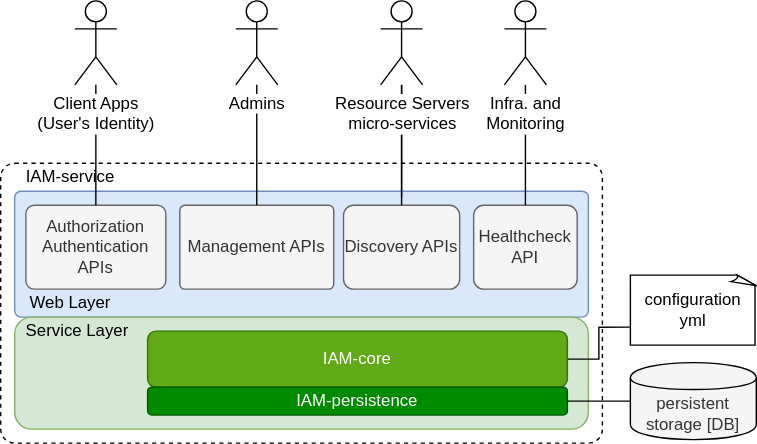
jveverka/iam-service keeps this draw.io diagram as docs/IAM-service-architecture.svg. Above is the earlier version. Source tidied: cells renumbered, new cells last; positions are measured from the earlier drawing's top-left corner, leaving out a move shared by most shapes.
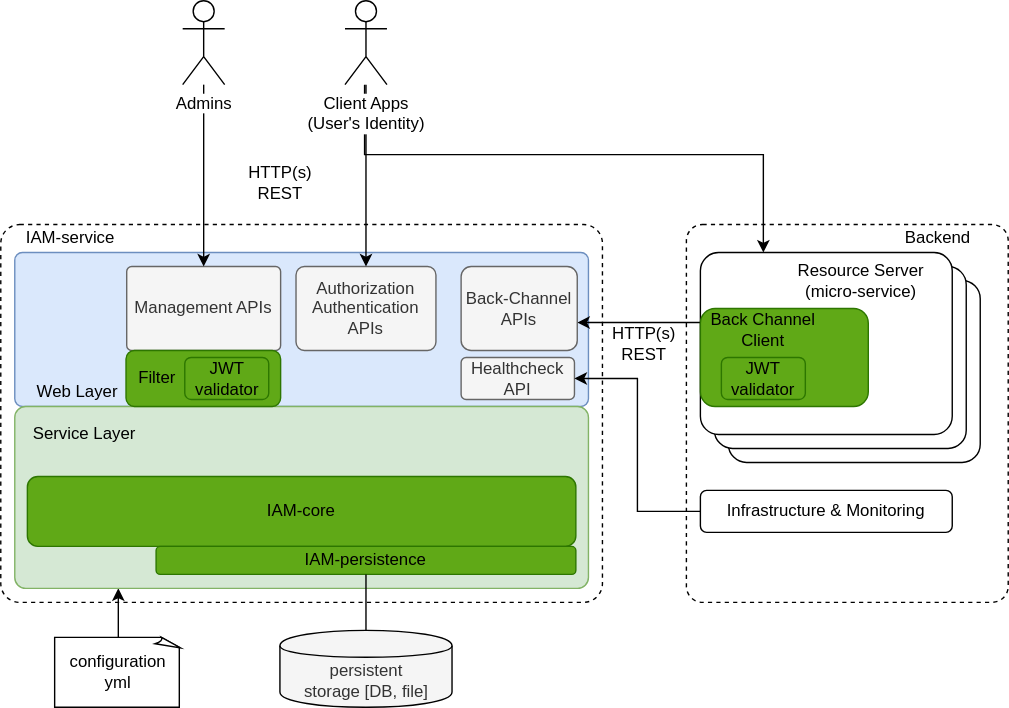
Later version of the same file.

Change to the diagram source:
```diff
@@ -2,82 +2,134 @@
   <root>
     <mxCell id="0" />
     <mxCell id="1" parent="0" />
+    <mxCell id="27" style="rounded=1;whiteSpace=wrap;html=1;dashed=1;arcSize=5;" parent="1" vertex="1">
+      <mxGeometry x="370" y="126" width="230" height="270" as="geometry" />
+    </mxCell>
+    <mxCell id="28" style="rounded=1;whiteSpace=wrap;html=1;arcSize=10;" parent="1" vertex="1">
+      <mxGeometry x="400" y="166" width="180" height="130" as="geometry" />
+    </mxCell>
+    <mxCell id="29" style="rounded=1;whiteSpace=wrap;html=1;arcSize=10;" parent="1" vertex="1">
+      <mxGeometry x="390" y="156" width="180" height="130" as="geometry" />
+    </mxCell>
     <mxCell id="2" style="rounded=1;whiteSpace=wrap;html=1;dashed=1;arcSize=5;" parent="1" vertex="1">
-      <mxGeometry y="116" width="430" height="200" as="geometry" />
+      <mxGeometry x="-120" y="126" width="430" height="270" as="geometry" />
     </mxCell>
     <mxCell id="3" style="rounded=1;whiteSpace=wrap;html=1;arcSize=5;fillColor=#dae8fc;strokeColor=#6c8ebf;" parent="1" vertex="1">
-      <mxGeometry x="10" y="136" width="410" height="90" as="geometry" />
+      <mxGeometry x="-110" y="146" width="410" height="110" as="geometry" />
     </mxCell>
     <mxCell id="4" value="Authorization&lt;br&gt;Authentication&lt;br&gt;APIs" style="rounded=1;whiteSpace=wrap;html=1;align=center;arcSize=10;fillColor=#f5f5f5;strokeColor=#666666;fontColor=#333333;" parent="1" vertex="1">
-      <mxGeometry x="18" y="146" width="100" height="60" as="geometry" />
+      <mxGeometry x="91" y="156" width="100" height="60" as="geometry" />
     </mxCell>
     <mxCell id="5" value="Management APIs" style="rounded=1;whiteSpace=wrap;html=1;align=center;arcSize=6;fillColor=#f5f5f5;strokeColor=#666666;fontColor=#333333;" parent="1" vertex="1">
-      <mxGeometry x="128" y="146" width="110" height="60" as="geometry" />
+      <mxGeometry x="-30" y="156" width="110" height="60" as="geometry" />
     </mxCell>
     <mxCell id="6" value="Healthcheck&lt;br&gt;API" style="rounded=1;whiteSpace=wrap;html=1;align=center;arcSize=12;fillColor=#f5f5f5;strokeColor=#666666;fontColor=#333333;" parent="1" vertex="1">
-      <mxGeometry x="338" y="146" width="74" height="60" as="geometry" />
+      <mxGeometry x="209" y="221" width="81" height="30" as="geometry" />
     </mxCell>
+    <mxCell id="30" style="edgeStyle=orthogonalEdgeStyle;rounded=0;jettySize=auto;html=1;endArrow=none;endFill=0;startArrow=classic;startFill=1;" parent="1" edge="1" target="25">
+      <mxGeometry relative="1" as="geometry">
+        <mxPoint x="-36" y="386" as="sourcePoint" />
+        <Array as="points">
+          <mxPoint x="-36" y="406" />
+          <mxPoint x="-36" y="406" />
+        </Array>
+      </mxGeometry>
+    </mxCell>
-    <mxCell id="7" style="rounded=1;whiteSpace=wrap;html=1;fillColor=#d5e8d4;strokeColor=#82b366;" parent="1" vertex="1">
-      <mxGeometry x="10" y="226" width="410" height="80" as="geometry" />
+    <mxCell id="7" style="rounded=1;whiteSpace=wrap;html=1;fillColor=#d5e8d4;strokeColor=#82b366;arcSize=6;" parent="1" vertex="1">
+      <mxGeometry x="-110" y="256" width="410" height="130" as="geometry" />
     </mxCell>
     <mxCell id="8" value="Web Layer" style="text;html=1;strokeColor=none;fillColor=none;align=center;verticalAlign=middle;whiteSpace=wrap;rounded=0;" parent="1" vertex="1">
-      <mxGeometry x="10" y="206" width="80" height="20" as="geometry" />
+      <mxGeometry x="-105" y="236" width="80" height="20" as="geometry" />
     </mxCell>
+    <mxCell id="31" style="edgeStyle=orthogonalEdgeStyle;rounded=0;jettySize=auto;html=1;entryX=0;entryY=0.5;entryDx=0;entryDy=0;startArrow=classic;startFill=1;endArrow=none;endFill=0;" parent="1" edge="1" source="9" target="41">
+      <mxGeometry relative="1" as="geometry">
+        <Array as="points">
+          <mxPoint x="385" y="196" />
+        </Array>
+      </mxGeometry>
+    </mxCell>
-    <mxCell id="9" value="Discovery APIs" style="rounded=1;whiteSpace=wrap;html=1;align=center;arcSize=12;fillColor=#f5f5f5;strokeColor=#666666;fontColor=#333333;" parent="1" vertex="1">
-      <mxGeometry x="245" y="146" width="83" height="60" as="geometry" />
+    <mxCell id="9" value="Back-Channel APIs" style="rounded=1;whiteSpace=wrap;html=1;align=center;arcSize=12;fillColor=#f5f5f5;strokeColor=#666666;fontColor=#333333;" parent="1" vertex="1">
+      <mxGeometry x="209" y="156" width="83" height="60" as="geometry" />
     </mxCell>
     <mxCell id="10" value="Service Layer" style="text;html=1;strokeColor=none;fillColor=none;align=center;verticalAlign=middle;whiteSpace=wrap;rounded=0;" parent="1" vertex="1">
-      <mxGeometry x="10" y="226" width="90" height="20" as="geometry" />
+      <mxGeometry x="-105" y="266" width="90" height="20" as="geometry" />
     </mxCell>
-    <mxCell id="11" value="persistent&lt;br&gt;storage [DB]" style="shape=cylinder;whiteSpace=wrap;html=1;boundedLbl=1;backgroundOutline=1;fillColor=#f5f5f5;strokeColor=#000000;fontColor=#333333;" parent="1" vertex="1">
-      <mxGeometry x="450" y="258.5" width="90" height="55" as="geometry" />
+    <mxCell id="11" value="persistent&lt;br&gt;storage [DB, file]" style="shape=cylinder;whiteSpace=wrap;html=1;boundedLbl=1;backgroundOutline=1;fillColor=#f5f5f5;strokeColor=#000000;fontColor=#333333;" parent="1" vertex="1">
+      <mxGeometry x="79.5" y="416" width="123" height="55" as="geometry" />
     </mxCell>
-    <mxCell id="12" style="edgeStyle=orthogonalEdgeStyle;rounded=0;jettySize=auto;html=1;endArrow=none;endFill=0;" parent="1" edge="1" source="13" target="4">
+    <mxCell id="12" style="edgeStyle=orthogonalEdgeStyle;rounded=0;jettySize=auto;html=1;endArrow=classic;endFill=1;" parent="1" edge="1" source="13" target="4">
       <mxGeometry relative="1" as="geometry" />
     </mxCell>
+    <mxCell id="32" style="edgeStyle=orthogonalEdgeStyle;rounded=0;jettySize=auto;html=1;entryX=0.25;entryY=0;entryDx=0;entryDy=0;startArrow=none;startFill=0;endArrow=classic;endFill=1;" parent="1" edge="1" source="13" target="37">
+      <mxGeometry relative="1" as="geometry">
+        <Array as="points">
+          <mxPoint x="140" y="76" />
+          <mxPoint x="425" y="76" />
+        </Array>
+      </mxGeometry>
+    </mxCell>
     <mxCell id="13" value="Client Apps&lt;br&gt;(User's Identity)" style="shape=umlActor;verticalLabelPosition=bottom;labelBackgroundColor=#ffffff;verticalAlign=top;html=1;outlineConnect=0;" parent="1" vertex="1">
-      <mxGeometry x="53" width="30" height="60" as="geometry" />
+      <mxGeometry x="126" y="-34" width="30" height="60" as="geometry" />
     </mxCell>
-    <mxCell id="14" style="edgeStyle=orthogonalEdgeStyle;rounded=0;jettySize=auto;html=1;endArrow=none;endFill=0;" parent="1" edge="1" source="15" target="5">
+    <mxCell id="14" style="edgeStyle=orthogonalEdgeStyle;rounded=0;jettySize=auto;html=1;endArrow=classic;endFill=1;" parent="1" edge="1" source="15" target="5">
       <mxGeometry relative="1" as="geometry" />
     </mxCell>
     <mxCell id="15" value="Admins" style="shape=umlActor;verticalLabelPosition=bottom;labelBackgroundColor=#ffffff;verticalAlign=top;html=1;outlineConnect=0;" parent="1" vertex="1">
-      <mxGeometry x="168" width="30" height="60" as="geometry" />
+      <mxGeometry x="10" y="-34" width="30" height="60" as="geometry" />
     </mxCell>
-    <mxCell id="16" style="edgeStyle=orthogonalEdgeStyle;rounded=0;jettySize=auto;html=1;endArrow=none;endFill=0;" parent="1" edge="1" source="18" target="9">
-      <mxGeometry relative="1" as="geometry" />
-    </mxCell>
-    <mxCell id="17" style="edgeStyle=orthogonalEdgeStyle;rounded=0;jettySize=auto;html=1;endArrow=none;endFill=0;" parent="1" edge="1" source="18">
-      <mxGeometry relative="1" as="geometry">
-        <mxPoint x="286.5" y="140" as="targetPoint" />
-      </mxGeometry>
-    </mxCell>
-    <mxCell id="18" value="Resource Servers&lt;br&gt;micro-services" style="shape=umlActor;verticalLabelPosition=bottom;labelBackgroundColor=#ffffff;verticalAlign=top;html=1;outlineConnect=0;" parent="1" vertex="1">
-      <mxGeometry x="271.5" width="30" height="60" as="geometry" />
-    </mxCell>
-    <mxCell id="19" style="edgeStyle=orthogonalEdgeStyle;rounded=0;jettySize=auto;html=1;endArrow=none;endFill=0;" parent="1" edge="1" source="20" target="6">
-      <mxGeometry relative="1" as="geometry" />
-    </mxCell>
-    <mxCell id="20" value="Infra. and&lt;br&gt;Monitoring" style="shape=umlActor;verticalLabelPosition=bottom;labelBackgroundColor=#ffffff;verticalAlign=top;html=1;outlineConnect=0;" parent="1" vertex="1">
-      <mxGeometry x="360" width="30" height="60" as="geometry" />
-    </mxCell>
-    <mxCell id="21" style="edgeStyle=orthogonalEdgeStyle;rounded=0;jettySize=auto;html=1;entryX=0.011;entryY=0.743;entryDx=0;entryDy=0;entryPerimeter=0;endArrow=none;endFill=0;" parent="1" edge="1" source="22" target="25">
-      <mxGeometry relative="1" as="geometry" />
-    </mxCell>
-    <mxCell id="22" value="IAM-core" style="rounded=1;whiteSpace=wrap;html=1;fillColor=#60a917;strokeColor=#2D7600;fontColor=#ffffff;" parent="1" vertex="1">
-      <mxGeometry x="105" y="236" width="300" height="40" as="geometry" />
+    <mxCell id="22" value="IAM-core" style="rounded=1;whiteSpace=wrap;html=1;fillColor=#60a917;strokeColor=#2D7600;fontColor=#000000;" parent="1" vertex="1">
+      <mxGeometry x="-101" y="306" width="392" height="50" as="geometry" />
     </mxCell>
-    <mxCell id="23" value="IAM-persistence" style="rounded=1;whiteSpace=wrap;html=1;fillColor=#008a00;strokeColor=#005700;fontColor=#ffffff;" parent="1" vertex="1">
-      <mxGeometry x="105" y="276" width="300" height="20" as="geometry" />
+    <mxCell id="23" value="IAM-persistence" style="rounded=1;whiteSpace=wrap;html=1;fillColor=#60A917;strokeColor=#2D7600;fontColor=#000000;" parent="1" vertex="1">
+      <mxGeometry x="-9" y="356" width="300" height="20" as="geometry" />
     </mxCell>
-    <mxCell id="24" style="endArrow=none;html=1;entryX=1;entryY=0.5;entryDx=0;entryDy=0;exitX=0;exitY=0.5;exitDx=0;exitDy=0;" parent="1" edge="1" source="11" target="23">
+    <mxCell id="24" style="endArrow=none;html=1;entryX=0.5;entryY=1;entryDx=0;entryDy=0;exitX=0.5;exitY=0;exitDx=0;exitDy=0;" parent="1" edge="1" source="11" target="23">
       <mxGeometry relative="1" as="geometry" />
     </mxCell>
     <mxCell id="25" value="configuration&lt;br&gt;yml" style="whiteSpace=wrap;html=1;shape=mxgraph.basic.document;" parent="1" vertex="1">
-      <mxGeometry x="450" y="196" width="90" height="50" as="geometry" />
+      <mxGeometry x="-81.5" y="421" width="90" height="50" as="geometry" />
     </mxCell>
     <mxCell id="26" value="IAM-service" style="text;html=1;strokeColor=none;fillColor=none;align=center;verticalAlign=middle;whiteSpace=wrap;rounded=0;" parent="1" vertex="1">
-      <mxGeometry y="116" width="100" height="20" as="geometry" />
+      <mxGeometry x="-120" y="126" width="100" height="20" as="geometry" />
     </mxCell>
+    <mxCell id="33" style="rounded=1;whiteSpace=wrap;html=1;fillColor=#60A917;strokeColor=#2D7600;" parent="1" vertex="1">
+      <mxGeometry x="-30.5" y="216" width="110.5" height="40" as="geometry" />
+    </mxCell>
+    <mxCell id="34" value="Filter" style="text;html=1;strokeColor=none;fillColor=none;align=center;verticalAlign=middle;whiteSpace=wrap;rounded=0;" parent="1" vertex="1">
+      <mxGeometry x="-28.5" y="226" width="40" height="20" as="geometry" />
+    </mxCell>
+    <mxCell id="35" value="JWT validator" style="rounded=1;whiteSpace=wrap;html=1;fillColor=#60A917;strokeColor=#2D7600;" parent="1" vertex="1">
+      <mxGeometry x="11.5" y="221" width="60" height="30" as="geometry" />
+    </mxCell>
+    <mxCell id="36" value="HTTP(s)&lt;br&gt;REST" style="text;html=1;strokeColor=none;fillColor=none;align=center;verticalAlign=middle;whiteSpace=wrap;rounded=0;" parent="1" vertex="1">
+      <mxGeometry x="60" y="86" width="40" height="20" as="geometry" />
+    </mxCell>
+    <mxCell id="37" style="rounded=1;whiteSpace=wrap;html=1;arcSize=10;" parent="1" vertex="1">
+      <mxGeometry x="380" y="146" width="180" height="130" as="geometry" />
+    </mxCell>
+    <mxCell id="38" value="Resource Server (micro-service)" style="text;html=1;strokeColor=none;fillColor=none;align=center;verticalAlign=middle;whiteSpace=wrap;rounded=0;" parent="1" vertex="1">
+      <mxGeometry x="440" y="156" width="110" height="20" as="geometry" />
+    </mxCell>
+    <mxCell id="39" style="rounded=1;whiteSpace=wrap;html=1;strokeColor=#2D7600;fillColor=#60A917;" parent="1" vertex="1">
+      <mxGeometry x="380" y="186" width="120" height="70" as="geometry" />
+    </mxCell>
+    <mxCell id="40" value="Back Channel&lt;br&gt;Client" style="text;html=1;strokeColor=none;fillColor=none;align=center;verticalAlign=middle;whiteSpace=wrap;rounded=0;" parent="1" vertex="1">
+      <mxGeometry x="385" y="191" width="80" height="20" as="geometry" />
+    </mxCell>
+    <mxCell id="41" value="JWT validator" style="rounded=1;whiteSpace=wrap;html=1;fillColor=#60A917;strokeColor=#2D7600;" parent="1" vertex="1">
+      <mxGeometry x="395" y="221" width="60" height="30" as="geometry" />
+    </mxCell>
+    <mxCell id="42" value="HTTP(s)&lt;br&gt;REST" style="text;html=1;strokeColor=none;fillColor=none;align=center;verticalAlign=middle;whiteSpace=wrap;rounded=0;" parent="1" vertex="1">
+      <mxGeometry x="320" y="201" width="40" height="20" as="geometry" />
+    </mxCell>
+    <mxCell id="43" style="edgeStyle=orthogonalEdgeStyle;rounded=0;jettySize=auto;html=1;entryX=1;entryY=0.5;entryDx=0;entryDy=0;startArrow=none;startFill=0;endArrow=classic;endFill=1;" parent="1" edge="1" source="44" target="6">
+      <mxGeometry relative="1" as="geometry" />
+    </mxCell>
+    <mxCell id="44" value="Infrastructure &amp;amp; Monitoring" style="rounded=1;whiteSpace=wrap;html=1;" parent="1" vertex="1">
+      <mxGeometry x="380" y="316" width="180" height="30" as="geometry" />
+    </mxCell>
+    <mxCell id="45" value="Backend" style="text;html=1;strokeColor=none;fillColor=none;align=center;verticalAlign=middle;whiteSpace=wrap;rounded=0;" parent="1" vertex="1">
+      <mxGeometry x="500" y="126" width="100" height="20" as="geometry" />
+    </mxCell>
   </root>
 </mxGraphModel>
```
